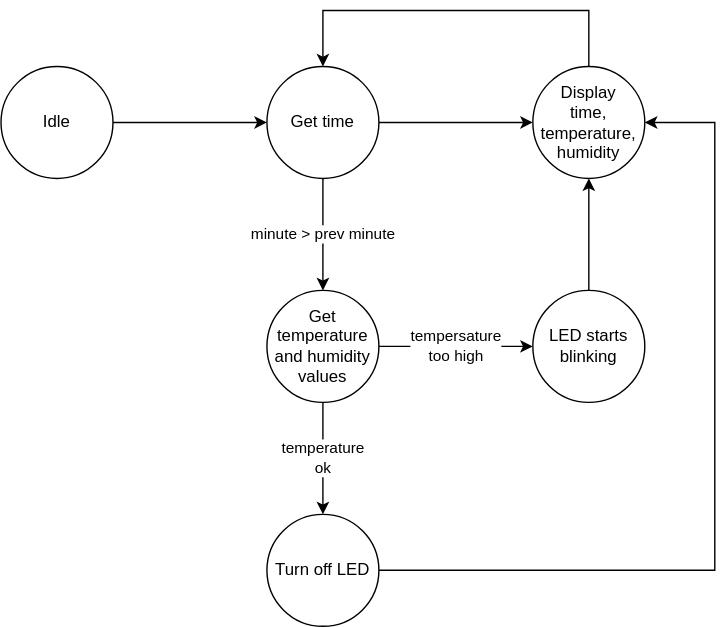
GeorgeNavratil/Digital-electronics-2 keeps this draw.io diagram as Labs/08-i2c/images/MeteoStation-StateDiagram.svg. Above is the earlier version. Source tidied: cells renumbered, new cells last; positions are measured from the earlier drawing's top-left corner, leaving out a move shared by most shapes.
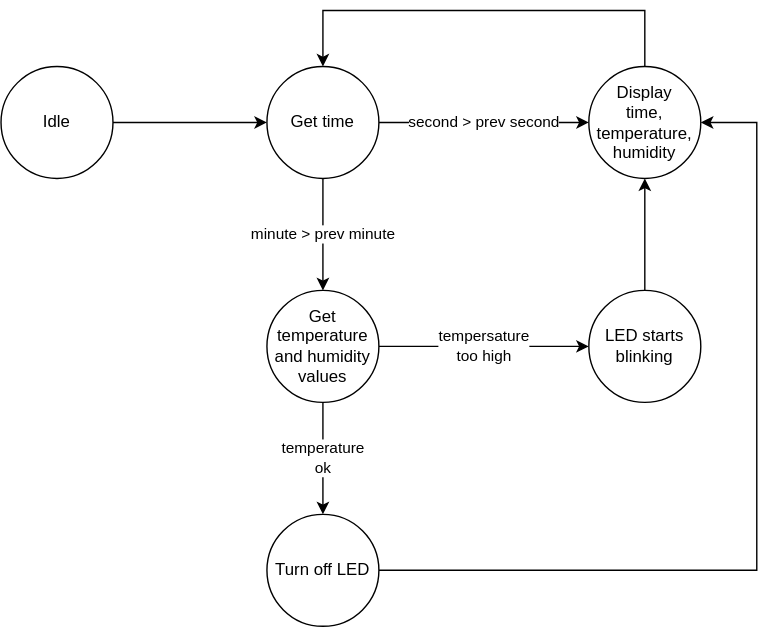
The same file after the commit.

Change to the diagram source:
```diff
@@ -8,7 +8,7 @@
     <mxCell id="3" value="Idle" style="ellipse;whiteSpace=wrap;html=1;" parent="1" vertex="1">
       <mxGeometry y="40" width="80" height="80" as="geometry" />
     </mxCell>
-    <mxCell id="4" style="edgeStyle=orthogonalEdgeStyle;curved=1;rounded=0;jettySize=auto;html=1;entryX=0;entryY=0.5;entryDx=0;entryDy=0;startArrow=none;startFill=0;endArrow=classic;endFill=1;" parent="1" edge="1" source="6" target="15">
+    <mxCell id="4" value="second &amp;gt; prev second" style="edgeStyle=orthogonalEdgeStyle;curved=1;rounded=0;jettySize=auto;html=1;entryX=0;entryY=0.5;entryDx=0;entryDy=0;startArrow=none;startFill=0;endArrow=classic;endFill=1;" parent="1" edge="1" source="6" target="15">
       <mxGeometry relative="1" as="geometry" />
     </mxCell>
     <mxCell id="5" value="minute &amp;gt; prev minute" style="edgeStyle=orthogonalEdgeStyle;rounded=0;jettySize=auto;html=1;" parent="1" edge="1" source="6" target="9">
@@ -30,13 +30,13 @@
       <mxGeometry relative="1" as="geometry" />
     </mxCell>
     <mxCell id="11" value="LED starts blinking" style="ellipse;whiteSpace=wrap;html=1;" parent="1" vertex="1">
-      <mxGeometry x="380" y="200" width="80" height="80" as="geometry" />
+      <mxGeometry x="420" y="200" width="80" height="80" as="geometry" />
     </mxCell>
     <mxCell id="12" style="edgeStyle=orthogonalEdgeStyle;rounded=0;jettySize=auto;html=1;" parent="1" edge="1" source="13" target="15">
       <mxGeometry relative="1" as="geometry">
         <Array as="points">
-          <mxPoint x="510" y="400" />
-          <mxPoint x="510" y="80" />
+          <mxPoint x="540" y="400" />
+          <mxPoint x="540" y="80" />
         </Array>
       </mxGeometry>
     </mxCell>
@@ -46,13 +46,13 @@
     <mxCell id="14" style="edgeStyle=orthogonalEdgeStyle;rounded=0;jettySize=auto;html=1;entryX=0.5;entryY=0;entryDx=0;entryDy=0;" parent="1" edge="1" source="15" target="6">
       <mxGeometry relative="1" as="geometry">
         <Array as="points">
-          <mxPoint x="420" />
+          <mxPoint x="460" />
           <mxPoint x="230" />
         </Array>
       </mxGeometry>
     </mxCell>
     <mxCell id="15" value="Display&lt;br&gt;time,&lt;br&gt;temperature,&lt;br&gt;humidity" style="ellipse;whiteSpace=wrap;html=1;" parent="1" vertex="1">
-      <mxGeometry x="380" y="40" width="80" height="80" as="geometry" />
+      <mxGeometry x="420" y="40" width="80" height="80" as="geometry" />
     </mxCell>
   </root>
 </mxGraphModel>
```
